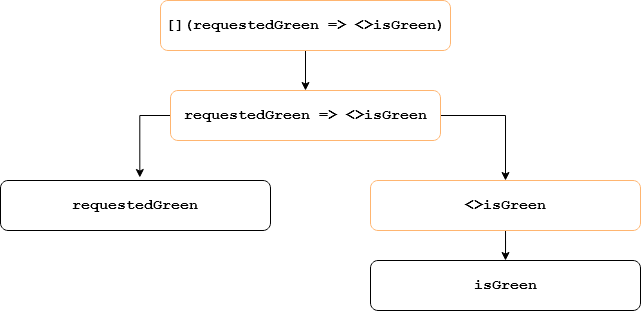
This is docs/src/tutorials/img/syntaxtree.png from apalache-mc/apalache, a draw.io export, as it was before one commit. Source tidied: cells renumbered, new cells last; positions are measured from the earlier drawing's top-left corner, leaving out a move shared by most shapes.
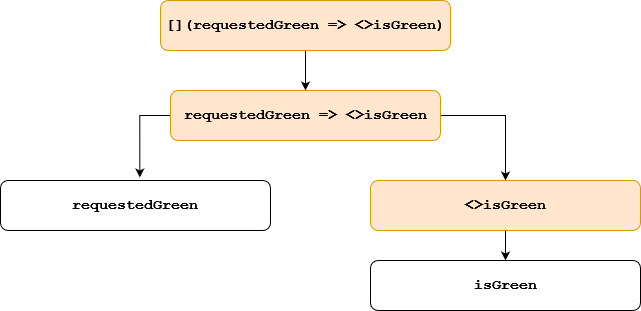
Later version of the same file.

Commit message:
Fill in syntax tree nodes fully

Improves visibility :)

Diff of the diagram source:
```diff
@@ -5,7 +5,7 @@
     <mxCell id="2" style="edgeStyle=orthogonalEdgeStyle;rounded=0;jettySize=auto;html=1;entryX=0.5;entryY=0;entryDx=0;entryDy=0;fontFamily=Courier New;fontSize=15;" parent="1" edge="1" source="3" target="6">
       <mxGeometry relative="1" as="geometry" />
     </mxCell>
-    <mxCell id="3" value="&lt;div style=&quot;font-size: 15px;&quot;&gt;&lt;span style=&quot;font-size: 15px;&quot;&gt;[](requestedGreen =&amp;gt; &amp;lt;&amp;gt;isGreen)&lt;/span&gt;&lt;/div&gt;" style="rounded=1;whiteSpace=wrap;html=1;labelBackgroundColor=none;fontFamily=Courier New;fontStyle=1;fontSize=15;strokeColor=#FFB570;fontColor=#000000;" parent="1" vertex="1">
+    <mxCell id="3" value="&lt;div style=&quot;font-size: 15px;&quot;&gt;&lt;span style=&quot;font-size: 15px;&quot;&gt;[](requestedGreen =&amp;gt; &amp;lt;&amp;gt;isGreen)&lt;/span&gt;&lt;/div&gt;" style="rounded=1;whiteSpace=wrap;html=1;labelBackgroundColor=none;fontFamily=Courier New;fontStyle=1;fontSize=15;strokeColor=#d79b00;fillColor=#ffe6cc;" parent="1" vertex="1">
       <mxGeometry x="160" width="290" height="50" as="geometry" />
     </mxCell>
     <mxCell id="4" style="edgeStyle=orthogonalEdgeStyle;rounded=0;jettySize=auto;html=1;fontFamily=Courier New;fontSize=15;entryX=0.516;entryY=-0.06;entryDx=0;entryDy=0;entryPerimeter=0;exitX=0;exitY=0.5;exitDx=0;exitDy=0;" parent="1" edge="1" source="6" target="7">
@@ -14,7 +14,7 @@
     <mxCell id="5" style="edgeStyle=orthogonalEdgeStyle;rounded=0;jettySize=auto;html=1;entryX=0.5;entryY=0;entryDx=0;entryDy=0;fontFamily=Courier New;fontSize=15;exitX=1;exitY=0.5;exitDx=0;exitDy=0;" parent="1" edge="1" source="6" target="9">
       <mxGeometry relative="1" as="geometry" />
     </mxCell>
-    <mxCell id="6" value="&lt;div style=&quot;font-size: 15px;&quot;&gt;&lt;span style=&quot;font-size: 15px;&quot;&gt;requestedGreen =&amp;gt; &amp;lt;&amp;gt;isGreen&lt;/span&gt;&lt;/div&gt;" style="rounded=1;whiteSpace=wrap;html=1;labelBackgroundColor=none;fontFamily=Courier New;fontStyle=1;fontSize=15;fontColor=#000000;strokeColor=#FFB570;" parent="1" vertex="1">
+    <mxCell id="6" value="&lt;div style=&quot;font-size: 15px;&quot;&gt;&lt;span style=&quot;font-size: 15px;&quot;&gt;requestedGreen =&amp;gt; &amp;lt;&amp;gt;isGreen&lt;/span&gt;&lt;/div&gt;" style="rounded=1;whiteSpace=wrap;html=1;labelBackgroundColor=none;fontFamily=Courier New;fontStyle=1;fontSize=15;strokeColor=#d79b00;fillColor=#ffe6cc;" parent="1" vertex="1">
       <mxGeometry x="170" y="90" width="270" height="50" as="geometry" />
     </mxCell>
     <mxCell id="7" value="&lt;div style=&quot;font-size: 15px;&quot;&gt;&lt;span style=&quot;font-size: 15px;&quot;&gt;requestedGreen&lt;/span&gt;&lt;/div&gt;" style="rounded=1;whiteSpace=wrap;html=1;labelBackgroundColor=none;fontFamily=Courier New;fontStyle=1;fontSize=15;fontColor=#000000;" parent="1" vertex="1">
@@ -23,7 +23,7 @@
     <mxCell id="8" style="edgeStyle=orthogonalEdgeStyle;rounded=0;jettySize=auto;html=1;entryX=0.5;entryY=0;entryDx=0;entryDy=0;fontFamily=Courier New;fontSize=15;" parent="1" edge="1" source="9" target="10">
       <mxGeometry relative="1" as="geometry" />
     </mxCell>
-    <mxCell id="9" value="&lt;div style=&quot;font-size: 15px;&quot;&gt;&lt;span style=&quot;font-size: 15px;&quot;&gt;&amp;lt;&amp;gt;isGreen&lt;/span&gt;&lt;/div&gt;" style="rounded=1;whiteSpace=wrap;html=1;labelBackgroundColor=none;fontFamily=Courier New;fontStyle=1;fontSize=15;fontColor=#000000;strokeColor=#FFB570;" parent="1" vertex="1">
+    <mxCell id="9" value="&lt;div style=&quot;font-size: 15px;&quot;&gt;&lt;span style=&quot;font-size: 15px;&quot;&gt;&amp;lt;&amp;gt;isGreen&lt;/span&gt;&lt;/div&gt;" style="rounded=1;whiteSpace=wrap;html=1;labelBackgroundColor=none;fontFamily=Courier New;fontStyle=1;fontSize=15;strokeColor=#d79b00;fillColor=#ffe6cc;" parent="1" vertex="1">
       <mxGeometry x="370" y="180" width="270" height="50" as="geometry" />
     </mxCell>
     <mxCell id="10" value="&lt;div style=&quot;font-size: 15px;&quot;&gt;&lt;span style=&quot;font-size: 15px;&quot;&gt;isGreen&lt;/span&gt;&lt;/div&gt;" style="rounded=1;whiteSpace=wrap;html=1;labelBackgroundColor=none;fontFamily=Courier New;fontStyle=1;fontSize=15;fontColor=#000000;" parent="1" vertex="1">
```
